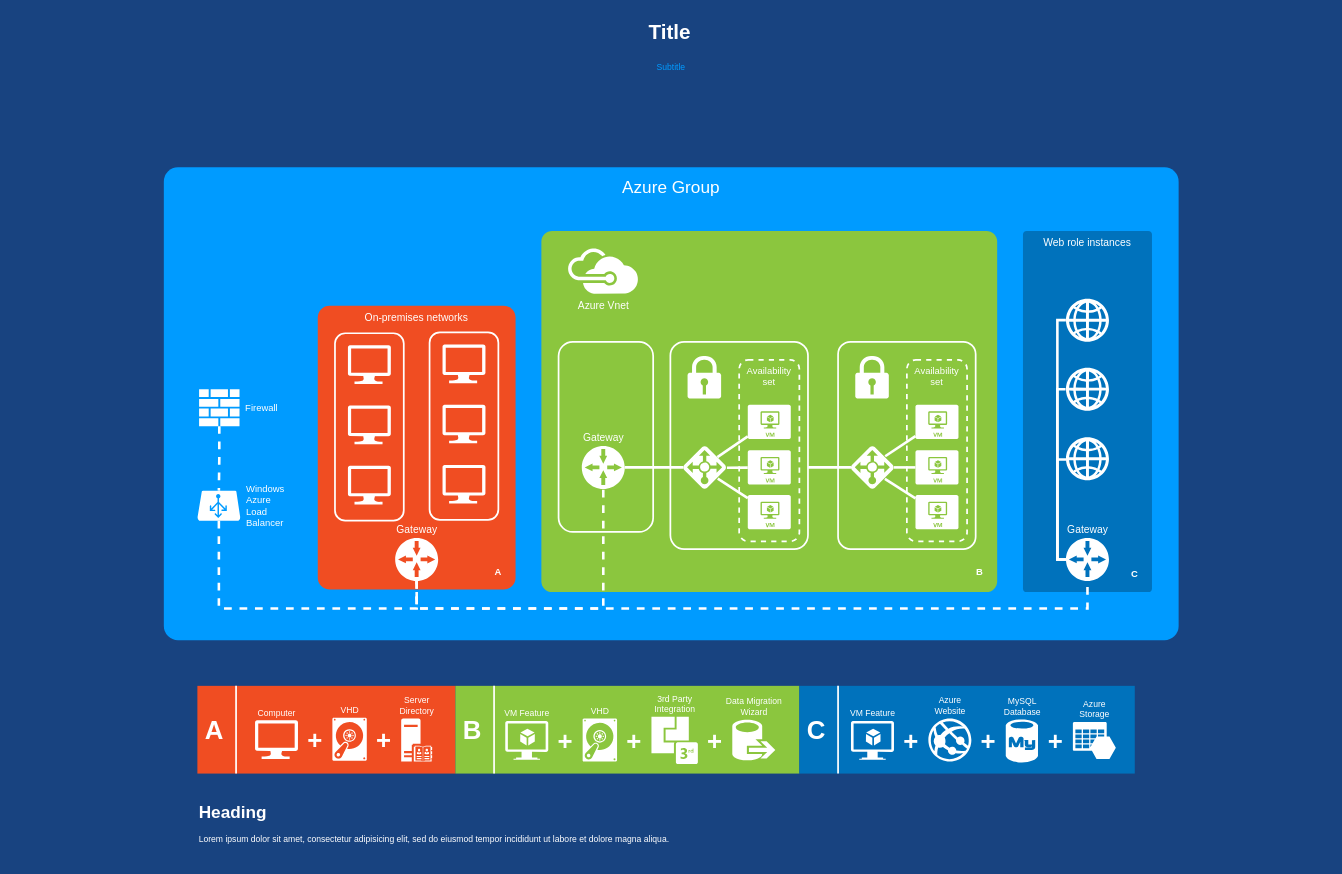
Before: diagrams/datacentertemplate1.drawio in Benmeddour/ai-driven-infrastructure-resource-provisioning, a draw.io diagram. Source tidied: cells renumbered, new cells numbered last; positions are measured from the earlier drawing's top-left corner, leaving out a move shared by most shapes. Both pictures are drawn from the tidied source at 86%, with x=0, y=0 at pixel (15, 15).
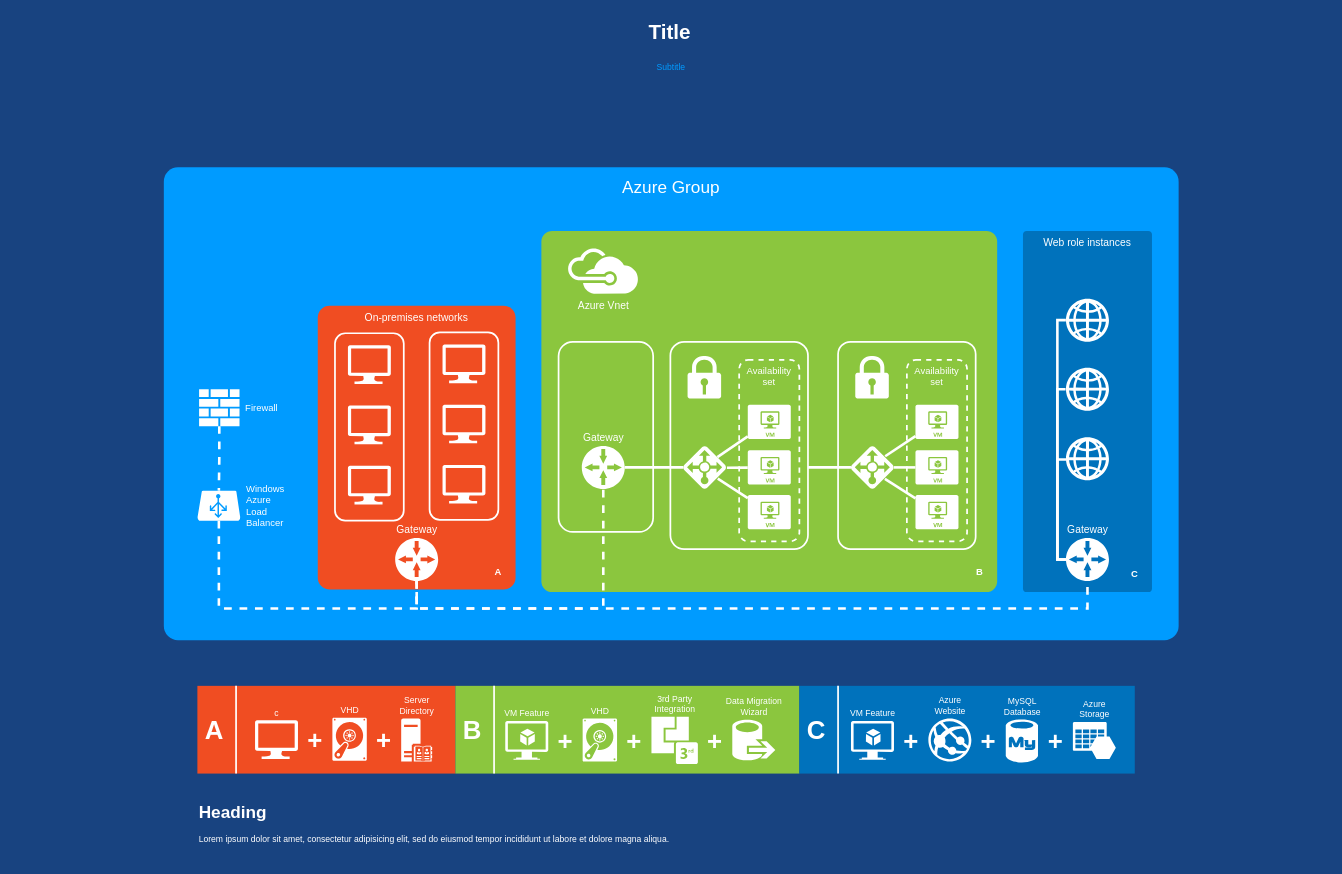
After the change.

The edit, as a diff of the source:
```diff
@@
-    <mxCell id="61" value="Computer" style="verticalLabelPosition=top;html=1;verticalAlign=bottom;strokeColor=none;fillColor=#FFFFFF;shape=mxgraph.azure.computer;rounded=0;shadow=0;fontSize=10;fontColor=#FFFFFF;align=center;labelPosition=center;" parent="1" vertex="1">
+    <mxCell id="61" value="c" style="verticalLabelPosition=top;html=1;verticalAlign=bottom;strokeColor=none;fillColor=#FFFFFF;shape=mxgraph.azure.computer;rounded=0;shadow=0;fontSize=10;fontColor=#FFFFFF;align=center;labelPosition=center;" parent="1" vertex="1">
       <mxGeometry x="279" y="820" width="50" height="45" as="geometry" />
     </mxCell>
```
